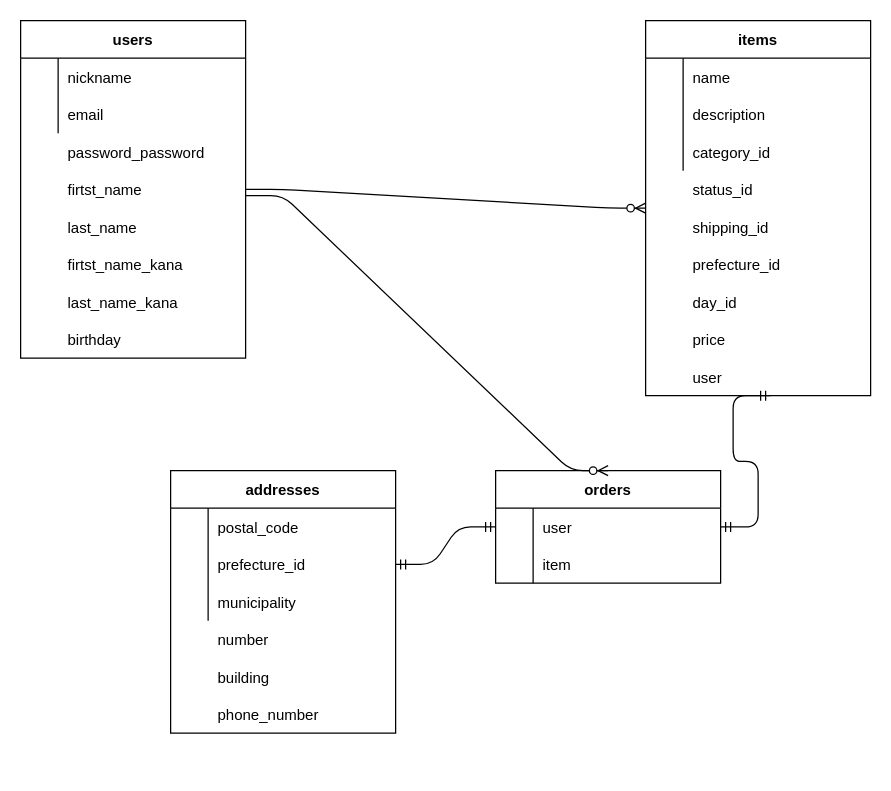
Before: furima.dio in yuto730/furima-31141, a draw.io diagram. Source tidied: cells renumbered, new cells numbered last; positions are measured from the earlier drawing's top-left corner, leaving out a move shared by most shapes. Both pictures are drawn from the tidied source at 125%, with x=0, y=0 at pixel (20, 20).
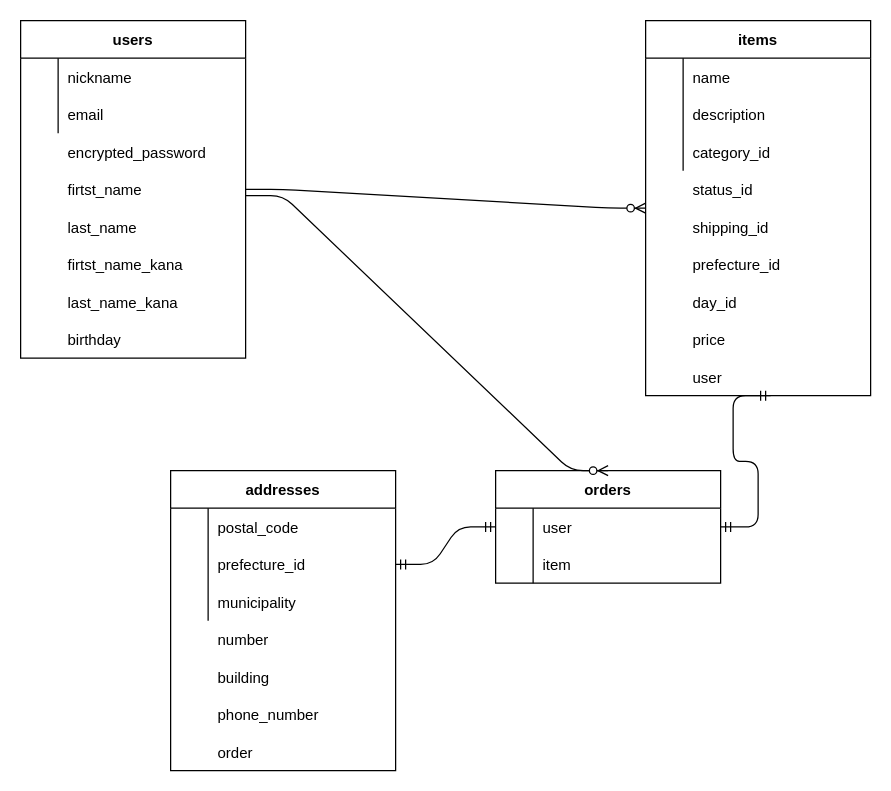
After the change.

Commit message (it also covers changes not shown here):
データベース設計_修正4

Change to the diagram source:
```diff
@@
     <mxCell id="29" value="addresses" style="shape=table;startSize=30;childLayout=tableLayout;rowLines=0;fontStyle=1;align=center;" parent="1" vertex="1">
-      <mxGeometry x="120" y="360" width="180" height="210" as="geometry" />
+      <mxGeometry x="120" y="360" width="180" height="240" as="geometry" />
     </mxCell>
@@
-    <mxCell id="56" value="password_password" style="shape=partialRectangle;fillColor=none;top=0;left=0;bottom=0;right=0;align=left;spacingLeft=6;overflow=hidden;" parent="1" vertex="1">
+    <mxCell id="56" value="encrypted_password" style="shape=partialRectangle;fillColor=none;top=0;left=0;bottom=0;right=0;align=left;spacingLeft=6;overflow=hidden;" parent="1" vertex="1">
       <mxGeometry x="30" y="90" width="150" height="30" as="geometry" />
     </mxCell>
+    <mxCell id="57" value="order" style="shape=partialRectangle;fillColor=none;top=0;left=0;bottom=0;right=0;align=left;spacingLeft=6;overflow=hidden;" parent="1" vertex="1">
+      <mxGeometry x="150" y="570" width="150" height="30" as="geometry" />
+    </mxCell>
```
